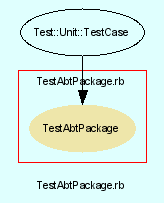
Before: src/trunk/doc/dot/f_12.png, a diagram exported from Graphviz (eschabell/abtlinux). Its source is kept beside it as src/trunk/doc/dot/f_12.dot.
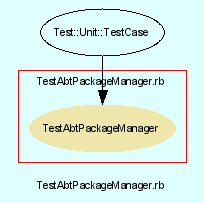
Later version of the same file.

The edit, as a diff of the source:
```diff
@@ -3,24 +3,24 @@
     bgcolor = lightcyan1
     fontname = Arial
     fontsize = 8
-    label = "TestAbtPackage.rb"
+    label = "TestAbtPackageManager.rb"
     node [
         fontname = Arial,
         fontsize = 8,
         color = black
     ]
 
-    subgraph cluster_12 {
+    subgraph cluster_13 {
         fontname = Arial
         color = red
-        label = "TestAbtPackage.rb"
-        TestAbtPackage [
+        label = "TestAbtPackageManager.rb"
+        TestAbtPackageManager [
             fontcolor = black,
-            URL = "classes/TestAbtPackage.html",
+            URL = "classes/TestAbtPackageManager.html",
             shape = ellipse,
             color = palegoldenrod,
             style = filled,
-            label = "TestAbtPackage"
+            label = "TestAbtPackageManager"
         ]
 
     }
@@ -30,7 +30,7 @@
         label = "Test::Unit::TestCase"
     ]
 
-    Test__Unit__TestCase -> TestAbtPackage [
+    Test__Unit__TestCase -> TestAbtPackageManager [
 
     ]
 
```
